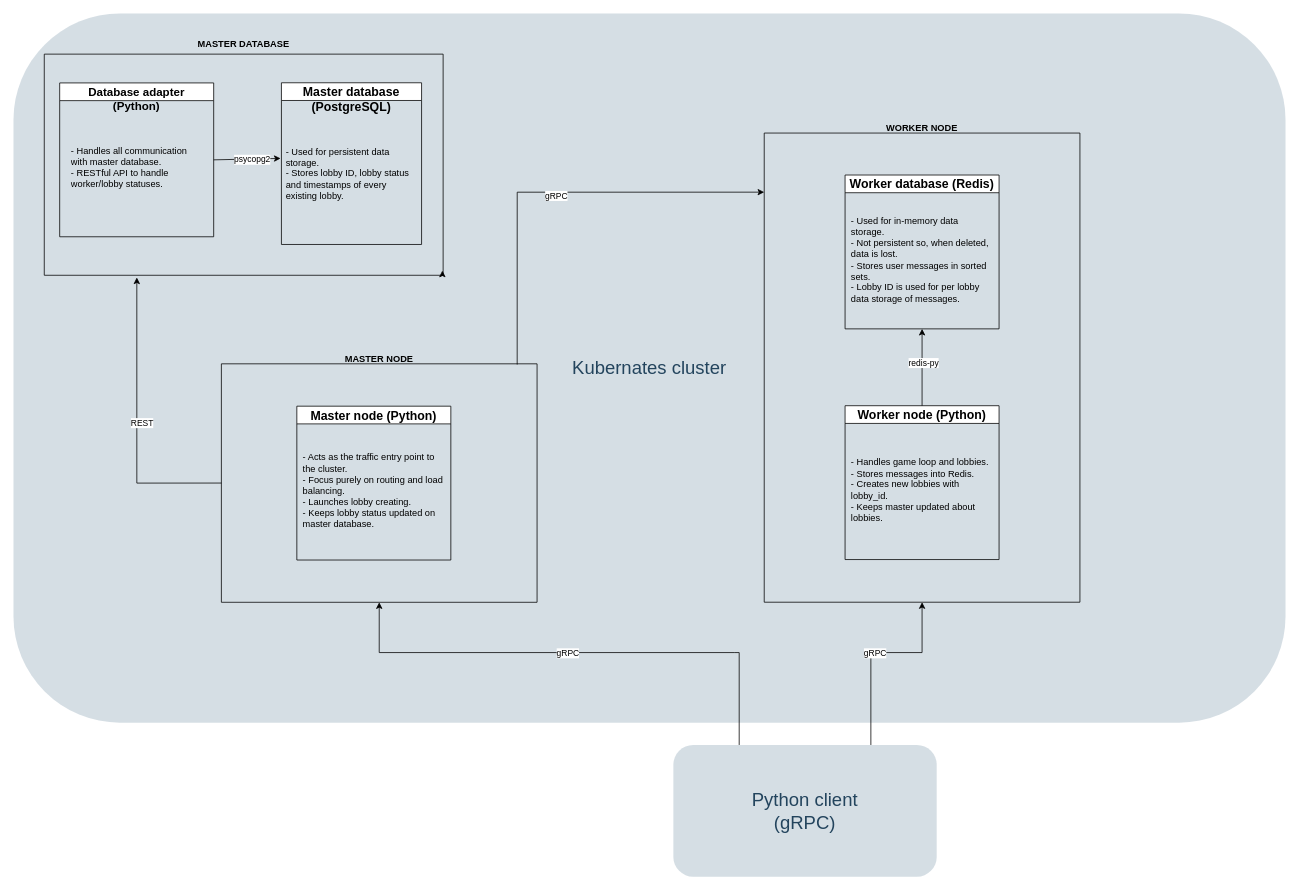
This is system_architecture.drawio from mrMikoma/Guess-a-word, a draw.io file, before an edit. Source tidied: cells renumbered, new cells numbered last; positions are measured from the earlier drawing's top-left corner, leaving out a move shared by most shapes. Both pictures are drawn from the tidied source at 77%, with x=0, y=0 at pixel (13, 13).
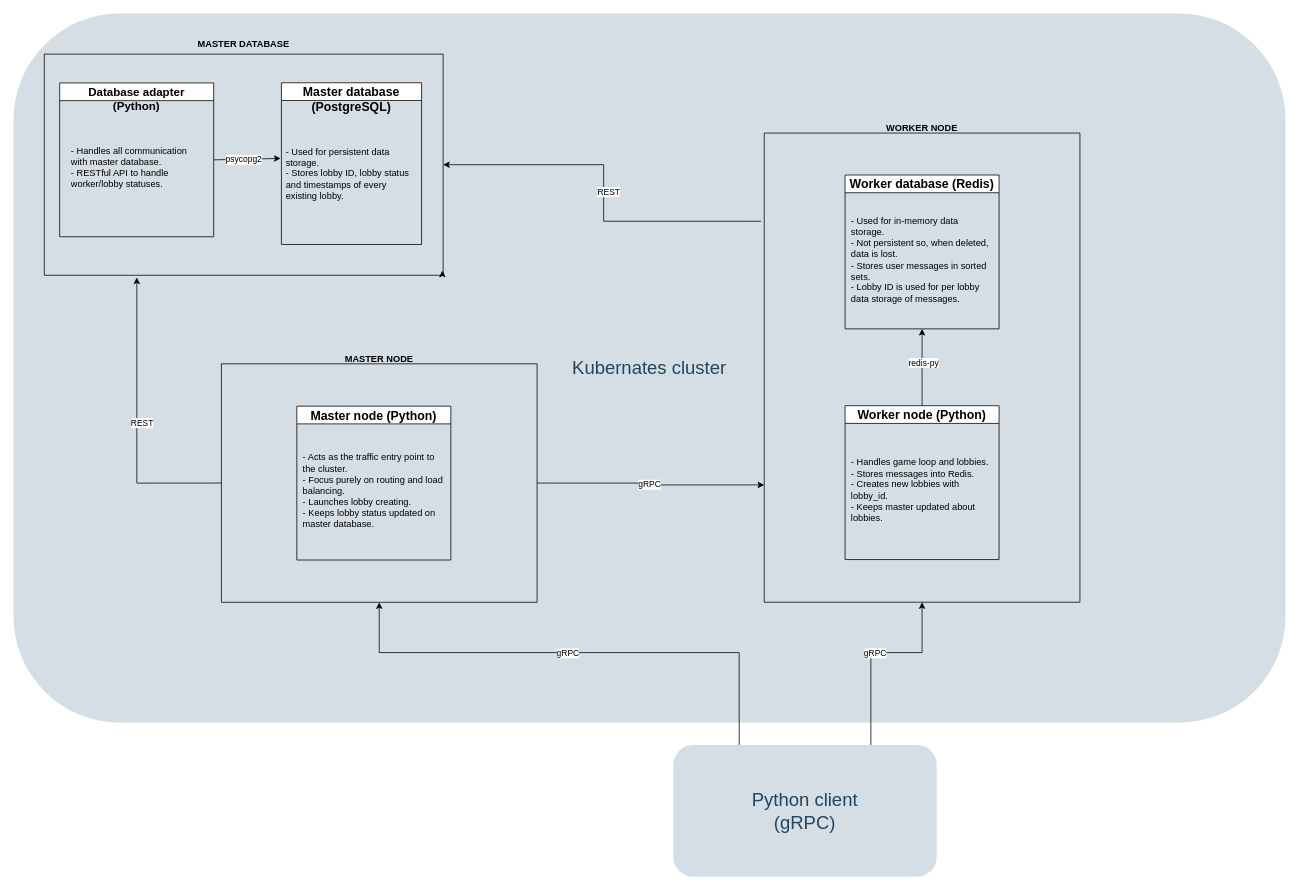
After the change.

Unchanged cells that the change refers to:
```xml
<mxCell id="2" style="group;" parent="1" vertex="1">
  <mxGeometry width="1652" height="920" as="geometry" />
</mxCell>
<mxCell id="10" value="MASTER NODE&#10;" style="swimlane;startSize=0;" parent="2" vertex="1">
  <mxGeometry x="270" y="455" width="410" height="309.7" as="geometry" />
</mxCell>
<mxCell id="11" value="WORKER NODE&#10;" style="swimlane;startSize=0;" parent="2" vertex="1">
  <mxGeometry x="975" y="155.3" width="410" height="609.3" as="geometry" />
</mxCell>
<mxCell id="22" value="MASTER DATABASE&#10;&#10;" style="swimlane;startSize=0;" parent="21" vertex="1">
  <mxGeometry x="-308" y="-37.2" width="518" height="287.2" as="geometry" />
</mxCell>
<mxCell id="25" style="endArrow=classic;html=1;rounded=0;exitX=1;exitY=0.5;exitDx=0;exitDy=0;entryX=-0.006;entryY=0.382;entryDx=0;entryDy=0;entryPerimeter=0;" parent="2" edge="1" source="20" target="24">
  <mxGeometry relative="1" as="geometry" />
</mxCell>
```

The edit, as a diff of the source:
```diff
@@
-    <mxCell id="15" style="edgeStyle=orthogonalEdgeStyle;rounded=0;jettySize=auto;html=1;exitX=0.937;exitY=0.003;exitDx=0;exitDy=0;entryX=0;entryY=0.126;entryDx=0;entryDy=0;entryPerimeter=0;exitPerimeter=0;" parent="2" edge="1" source="10" target="11">
+    <mxCell id="15" style="edgeStyle=orthogonalEdgeStyle;rounded=0;jettySize=auto;html=1;exitX=1;exitY=0.5;exitDx=0;exitDy=0;entryX=0;entryY=0.75;entryDx=0;entryDy=0;" parent="2" edge="1" source="10" target="11">
       <mxGeometry relative="1" as="geometry" />
     </mxCell>
@@
     <mxCell id="26" value="psycopg2" style="edgeLabel;html=1;align=center;verticalAlign=middle;" parent="25" vertex="1">
       <mxGeometry x="0.32" y="-1" relative="1" as="geometry">
-        <mxPoint x="-8" as="offset" />
+        <mxPoint x="-19" as="offset" />
       </mxGeometry>
     </mxCell>
@@
+    <mxCell id="37" style="edgeStyle=orthogonalEdgeStyle;rounded=0;jettySize=auto;html=1;exitX=-0.01;exitY=0.188;exitDx=0;exitDy=0;entryX=1;entryY=0.5;entryDx=0;entryDy=0;exitPerimeter=0;" parent="2" edge="1" source="11" target="22">
+      <mxGeometry relative="1" as="geometry" />
+    </mxCell>
+    <mxCell id="38" value="REST" style="edgeLabel;html=1;align=center;verticalAlign=middle;" parent="37" vertex="1">
+      <mxGeometry y="-4" relative="1" as="geometry">
+        <mxPoint x="2" as="offset" />
+      </mxGeometry>
+    </mxCell>
```
